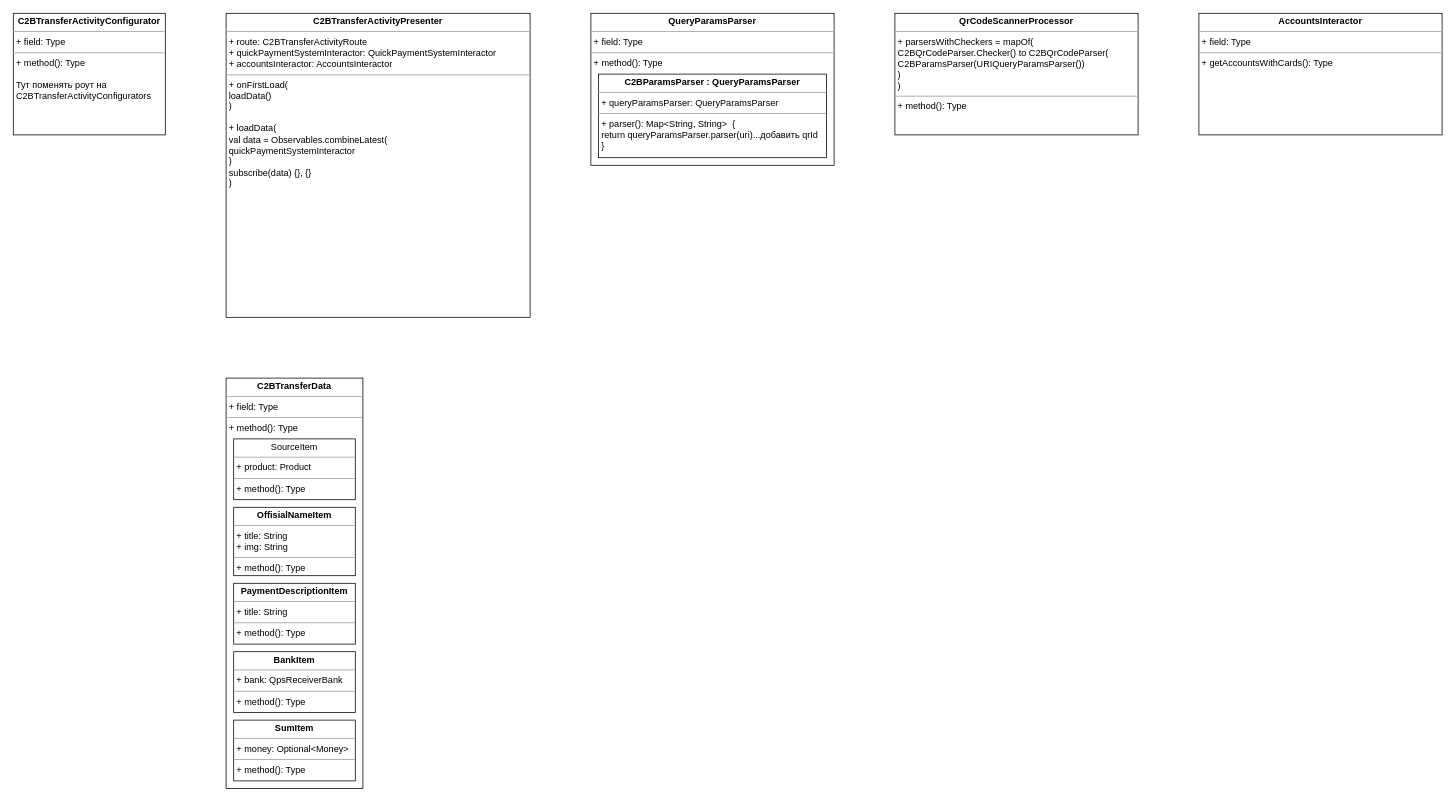
The draw.io diagram UNI-14927.drawio in ShiryaevNikolay/diagrams, before the edit. Source tidied: cells renumbered, new cells numbered last; positions are measured from the earlier drawing's top-left corner, leaving out a move shared by most shapes. Both pictures are drawn from the tidied source at 76%, with x=0, y=0 at pixel (13, 13).
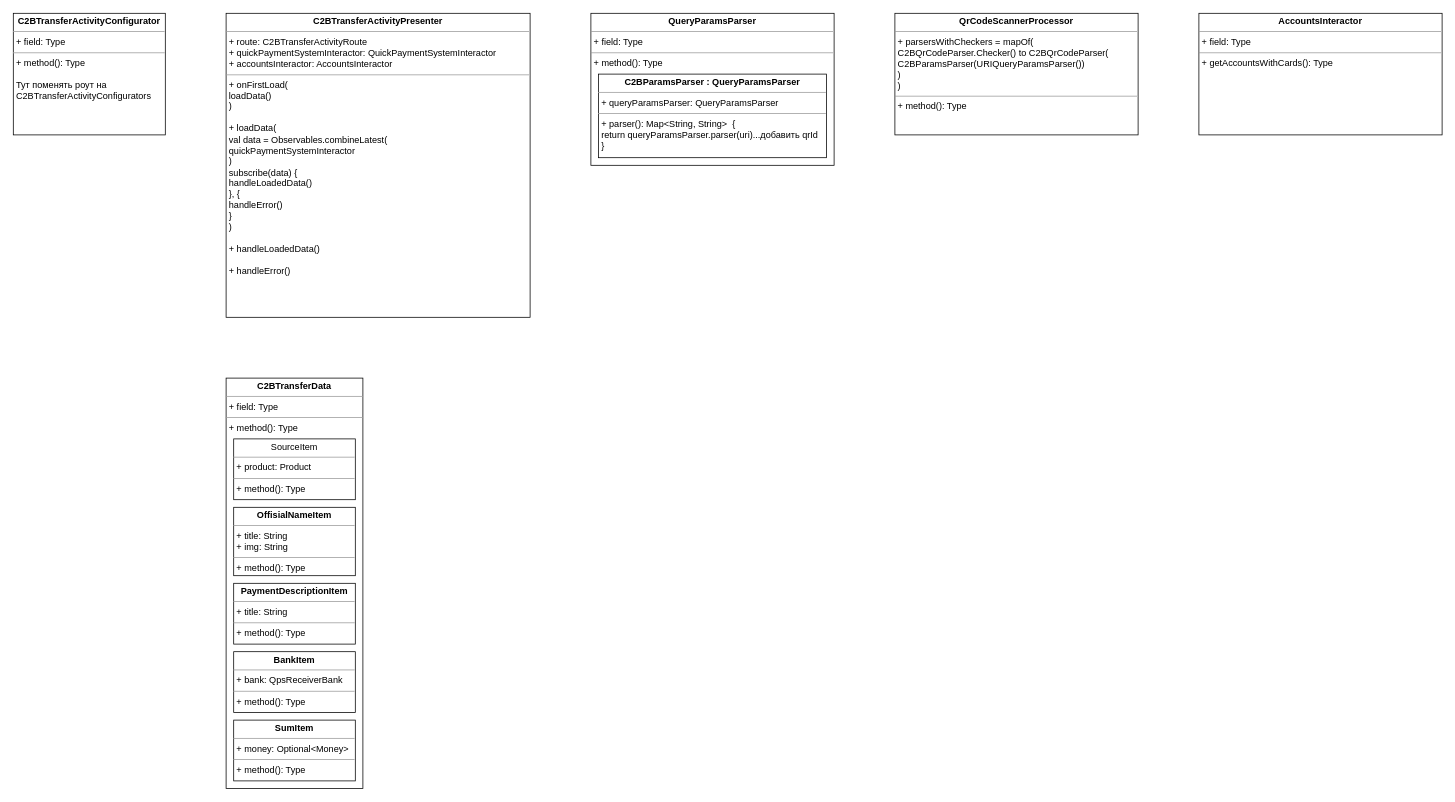
The same diagram, later.

What changed in the source:
```diff
@@
 <mxGraphModel>
   <root>
     <mxCell id="0" />
     <mxCell id="1" parent="0" />
-    <mxCell id="2" value="&lt;p style=&quot;margin: 0px ; margin-top: 4px ; text-align: center&quot;&gt;&lt;b&gt;C2BTransferActivityPresenter&lt;/b&gt;&lt;/p&gt;&lt;hr size=&quot;1&quot;&gt;&lt;p style=&quot;margin: 0px ; margin-left: 4px&quot;&gt;+ route: C2BTransferActivityRoute&lt;/p&gt;&lt;p style=&quot;margin: 0px ; margin-left: 4px&quot;&gt;+ quickPaymentSystemInteractor: QuickPaymentSystemInteractor&lt;/p&gt;&lt;p style=&quot;margin: 0px ; margin-left: 4px&quot;&gt;+ accountsInteractor: AccountsInteractor&lt;br&gt;&lt;/p&gt;&lt;hr size=&quot;1&quot;&gt;&lt;p style=&quot;margin: 0px ; margin-left: 4px&quot;&gt;+ onFirstLoad(&lt;/p&gt;&lt;p style=&quot;margin: 0px ; margin-left: 4px&quot;&gt;loadData()&lt;br&gt;&lt;/p&gt;&lt;p style=&quot;margin: 0px ; margin-left: 4px&quot;&gt;)&lt;/p&gt;&lt;p style=&quot;margin: 0px ; margin-left: 4px&quot;&gt;&lt;br&gt;&lt;/p&gt;&lt;p style=&quot;margin: 0px ; margin-left: 4px&quot;&gt;+ loadData(&lt;/p&gt;&lt;p style=&quot;margin: 0px ; margin-left: 4px&quot;&gt;val data = Observables.combineLatest(&lt;/p&gt;&lt;p style=&quot;margin: 0px ; margin-left: 4px&quot;&gt;quickPaymentSystemInteractor&lt;br&gt;&lt;/p&gt;&lt;p style=&quot;margin: 0px ; margin-left: 4px&quot;&gt;)&lt;br&gt;&lt;/p&gt;&lt;p style=&quot;margin: 0px ; margin-left: 4px&quot;&gt;subscribe(data) {}, {}&lt;br&gt;&lt;/p&gt;&lt;p style=&quot;margin: 0px ; margin-left: 4px&quot;&gt;)&lt;br&gt;&lt;/p&gt;" style="verticalAlign=top;align=left;overflow=fill;fontSize=12;fontFamily=Helvetica;html=1;" parent="1" vertex="1">
+    <mxCell id="2" value="&lt;p style=&quot;margin: 0px ; margin-top: 4px ; text-align: center&quot;&gt;&lt;b&gt;C2BTransferActivityPresenter&lt;/b&gt;&lt;/p&gt;&lt;hr size=&quot;1&quot;&gt;&lt;p style=&quot;margin: 0px ; margin-left: 4px&quot;&gt;+ route: C2BTransferActivityRoute&lt;/p&gt;&lt;p style=&quot;margin: 0px ; margin-left: 4px&quot;&gt;+ quickPaymentSystemInteractor: QuickPaymentSystemInteractor&lt;/p&gt;&lt;p style=&quot;margin: 0px ; margin-left: 4px&quot;&gt;+ accountsInteractor: AccountsInteractor&lt;br&gt;&lt;/p&gt;&lt;hr size=&quot;1&quot;&gt;&lt;p style=&quot;margin: 0px ; margin-left: 4px&quot;&gt;+ onFirstLoad(&lt;/p&gt;&lt;p style=&quot;margin: 0px ; margin-left: 4px&quot;&gt;loadData()&lt;br&gt;&lt;/p&gt;&lt;p style=&quot;margin: 0px ; margin-left: 4px&quot;&gt;)&lt;/p&gt;&lt;p style=&quot;margin: 0px ; margin-left: 4px&quot;&gt;&lt;br&gt;&lt;/p&gt;&lt;p style=&quot;margin: 0px ; margin-left: 4px&quot;&gt;+ loadData(&lt;/p&gt;&lt;p style=&quot;margin: 0px ; margin-left: 4px&quot;&gt;val data = Observables.combineLatest(&lt;/p&gt;&lt;p style=&quot;margin: 0px ; margin-left: 4px&quot;&gt;quickPaymentSystemInteractor&lt;br&gt;&lt;/p&gt;&lt;p style=&quot;margin: 0px ; margin-left: 4px&quot;&gt;)&lt;br&gt;&lt;/p&gt;&lt;p style=&quot;margin: 0px ; margin-left: 4px&quot;&gt;subscribe(data) {&lt;/p&gt;&lt;p style=&quot;margin: 0px ; margin-left: 4px&quot;&gt;&lt;span&gt; &lt;/span&gt;handleLoadedData()&lt;br&gt;&lt;/p&gt;&lt;p style=&quot;margin: 0px ; margin-left: 4px&quot;&gt;}, {&lt;/p&gt;&lt;p style=&quot;margin: 0px ; margin-left: 4px&quot;&gt;handleError()&lt;br&gt;&lt;/p&gt;&lt;p style=&quot;margin: 0px ; margin-left: 4px&quot;&gt;}&lt;br&gt;&lt;/p&gt;&lt;p style=&quot;margin: 0px ; margin-left: 4px&quot;&gt;)&lt;/p&gt;&lt;p style=&quot;margin: 0px ; margin-left: 4px&quot;&gt;&lt;br&gt;&lt;/p&gt;&lt;p style=&quot;margin: 0px ; margin-left: 4px&quot;&gt;+ handleLoadedData()&lt;/p&gt;&lt;p style=&quot;margin: 0px ; margin-left: 4px&quot;&gt;&lt;br&gt;&lt;/p&gt;&lt;p style=&quot;margin: 0px ; margin-left: 4px&quot;&gt;+ handleError()&lt;br&gt;&lt;/p&gt;" style="verticalAlign=top;align=left;overflow=fill;fontSize=12;fontFamily=Helvetica;html=1;" parent="1" vertex="1">
       <mxGeometry x="280" width="400" height="400" as="geometry" />
     </mxCell>
     <mxCell id="3" value="&lt;p style=&quot;margin: 0px ; margin-top: 4px ; text-align: center&quot;&gt;&lt;b&gt;QueryParamsParser&lt;/b&gt;&lt;/p&gt;&lt;hr size=&quot;1&quot;&gt;&lt;p style=&quot;margin: 0px ; margin-left: 4px&quot;&gt;+ field: Type&lt;/p&gt;&lt;hr size=&quot;1&quot;&gt;&lt;p style=&quot;margin: 0px ; margin-left: 4px&quot;&gt;+ method(): Type&lt;/p&gt;" style="verticalAlign=top;align=left;overflow=fill;fontSize=12;fontFamily=Helvetica;html=1;" parent="1" vertex="1">
       <mxGeometry x="760" width="320" height="200" as="geometry" />
     </mxCell>
     <mxCell id="4" value="&lt;p style=&quot;margin: 0px ; margin-top: 4px ; text-align: center&quot;&gt;&lt;b&gt;C2BParamsParser : QueryParamsParser&lt;br&gt;&lt;/b&gt;&lt;/p&gt;&lt;hr size=&quot;1&quot;&gt;&lt;p style=&quot;margin: 0px ; margin-left: 4px&quot;&gt;+ queryParamsParser: QueryParamsParser&lt;/p&gt;&lt;hr size=&quot;1&quot;&gt;&lt;p style=&quot;margin: 0px ; margin-left: 4px&quot;&gt;+ parser(): Map&amp;lt;String, String&amp;gt;&amp;nbsp; {&lt;/p&gt;&lt;p style=&quot;margin: 0px ; margin-left: 4px&quot;&gt;&lt;span&gt; &lt;/span&gt;return queryParamsParser.parser(uri)...добавить qrId&lt;br&gt;&lt;/p&gt;&lt;p style=&quot;margin: 0px ; margin-left: 4px&quot;&gt;}&lt;br&gt;&lt;/p&gt;" style="verticalAlign=top;align=left;overflow=fill;fontSize=12;fontFamily=Helvetica;html=1;" parent="1" vertex="1">
       <mxGeometry x="770" y="80" width="300" height="110" as="geometry" />
     </mxCell>
     <mxCell id="5" value="&lt;p style=&quot;margin: 0px ; margin-top: 4px ; text-align: center&quot;&gt;&lt;b&gt;QrCodeScannerProcessor&lt;/b&gt;&lt;/p&gt;&lt;hr size=&quot;1&quot;&gt;&lt;p style=&quot;margin: 0px ; margin-left: 4px&quot;&gt;+ parsersWithCheckers = mapOf(&lt;/p&gt;&lt;p style=&quot;margin: 0px ; margin-left: 4px&quot;&gt;C2BQrCodeParser.Checker() to C2BQrCodeParser(&lt;/p&gt;&lt;p style=&quot;margin: 0px ; margin-left: 4px&quot;&gt;C2BParamsParser(URIQueryParamsParser())&lt;br&gt;&lt;/p&gt;&lt;p style=&quot;margin: 0px ; margin-left: 4px&quot;&gt;)&lt;br&gt;&lt;/p&gt;&lt;p style=&quot;margin: 0px ; margin-left: 4px&quot;&gt;)&lt;br&gt;&lt;/p&gt;&lt;hr size=&quot;1&quot;&gt;&lt;p style=&quot;margin: 0px ; margin-left: 4px&quot;&gt;+ method(): Type&lt;/p&gt;" style="verticalAlign=top;align=left;overflow=fill;fontSize=12;fontFamily=Helvetica;html=1;" parent="1" vertex="1">
       <mxGeometry x="1160" width="320" height="160" as="geometry" />
     </mxCell>
     <mxCell id="6" value="&lt;p style=&quot;margin: 0px ; margin-top: 4px ; text-align: center&quot;&gt;&lt;b&gt;C2BTransferActivityConfigurator&lt;/b&gt;&lt;/p&gt;&lt;hr size=&quot;1&quot;&gt;&lt;p style=&quot;margin: 0px ; margin-left: 4px&quot;&gt;+ field: Type&lt;/p&gt;&lt;hr size=&quot;1&quot;&gt;&lt;p style=&quot;margin: 0px ; margin-left: 4px&quot;&gt;+ method(): Type&lt;/p&gt;&lt;p style=&quot;margin: 0px ; margin-left: 4px&quot;&gt;&lt;br&gt;&lt;/p&gt;&lt;p style=&quot;margin: 0px ; margin-left: 4px&quot;&gt;Тут поменять роут на &lt;br&gt;&lt;/p&gt;&lt;p style=&quot;margin: 0px ; margin-left: 4px&quot;&gt;C2BTransferActivityConfigurators&lt;br&gt;&lt;/p&gt;" style="verticalAlign=top;align=left;overflow=fill;fontSize=12;fontFamily=Helvetica;html=1;" parent="1" vertex="1">
       <mxGeometry width="200" height="160" as="geometry" />
     </mxCell>
     <mxCell id="7" value="&lt;p style=&quot;margin: 0px ; margin-top: 4px ; text-align: center&quot;&gt;&lt;b&gt;AccountsInteractor&lt;/b&gt;&lt;/p&gt;&lt;hr size=&quot;1&quot;&gt;&lt;p style=&quot;margin: 0px ; margin-left: 4px&quot;&gt;+ field: Type&lt;/p&gt;&lt;hr size=&quot;1&quot;&gt;&lt;p style=&quot;margin: 0px ; margin-left: 4px&quot;&gt;+ getAccountsWithCards(): Type&lt;/p&gt;" style="verticalAlign=top;align=left;overflow=fill;fontSize=12;fontFamily=Helvetica;html=1;" parent="1" vertex="1">
       <mxGeometry x="1560" width="320" height="160" as="geometry" />
     </mxCell>
     <mxCell id="8" value="&lt;p style=&quot;margin: 0px ; margin-top: 4px ; text-align: center&quot;&gt;&lt;b&gt;C2BTransferData&lt;/b&gt;&lt;/p&gt;&lt;hr size=&quot;1&quot;&gt;&lt;p style=&quot;margin: 0px ; margin-left: 4px&quot;&gt;+ field: Type&lt;/p&gt;&lt;hr size=&quot;1&quot;&gt;&lt;p style=&quot;margin: 0px ; margin-left: 4px&quot;&gt;+ method(): Type&lt;/p&gt;" style="verticalAlign=top;align=left;overflow=fill;fontSize=12;fontFamily=Helvetica;html=1;" parent="1" vertex="1">
       <mxGeometry x="280" y="480" width="180" height="540" as="geometry" />
     </mxCell>
     <mxCell id="9" value="&lt;p style=&quot;margin: 0px ; margin-top: 4px ; text-align: center&quot;&gt;&lt;b&gt;BankItem&lt;/b&gt;&lt;/p&gt;&lt;hr size=&quot;1&quot;&gt;&lt;p style=&quot;margin: 0px ; margin-left: 4px&quot;&gt;+ bank: QpsReceiverBank&lt;/p&gt;&lt;hr size=&quot;1&quot;&gt;&lt;p style=&quot;margin: 0px ; margin-left: 4px&quot;&gt;+ method(): Type&lt;/p&gt;" style="verticalAlign=top;align=left;overflow=fill;fontSize=12;fontFamily=Helvetica;html=1;" parent="1" vertex="1">
       <mxGeometry x="290" y="840" width="160" height="80" as="geometry" />
     </mxCell>
     <mxCell id="10" value="&lt;p style=&quot;margin: 0px ; margin-top: 4px ; text-align: center&quot;&gt;&lt;b&gt;OffisialNameItem&lt;/b&gt;&lt;/p&gt;&lt;hr size=&quot;1&quot;&gt;&lt;p style=&quot;margin: 0px ; margin-left: 4px&quot;&gt;+ title: String&lt;/p&gt;&lt;p style=&quot;margin: 0px ; margin-left: 4px&quot;&gt;+ img: String&lt;br&gt;&lt;/p&gt;&lt;hr size=&quot;1&quot;&gt;&lt;p style=&quot;margin: 0px ; margin-left: 4px&quot;&gt;+ method(): Type&lt;/p&gt;" style="verticalAlign=top;align=left;overflow=fill;fontSize=12;fontFamily=Helvetica;html=1;" parent="1" vertex="1">
       <mxGeometry x="290" y="650" width="160" height="90" as="geometry" />
     </mxCell>
     <mxCell id="11" value="&lt;p style=&quot;margin: 0px ; margin-top: 4px ; text-align: center&quot;&gt;&lt;b&gt;PaymentDescriptionItem&lt;/b&gt;&lt;/p&gt;&lt;hr size=&quot;1&quot;&gt;&lt;p style=&quot;margin: 0px ; margin-left: 4px&quot;&gt;+ title: String&lt;/p&gt;&lt;hr size=&quot;1&quot;&gt;&lt;p style=&quot;margin: 0px ; margin-left: 4px&quot;&gt;+ method(): Type&lt;/p&gt;" style="verticalAlign=top;align=left;overflow=fill;fontSize=12;fontFamily=Helvetica;html=1;" parent="1" vertex="1">
       <mxGeometry x="290" y="750" width="160" height="80" as="geometry" />
     </mxCell>
     <mxCell id="12" value="&lt;p style=&quot;margin: 0px ; margin-top: 4px ; text-align: center&quot;&gt;SourceItem&lt;/p&gt;&lt;hr size=&quot;1&quot;&gt;&lt;p style=&quot;margin: 0px ; margin-left: 4px&quot;&gt;+ product: Product&lt;/p&gt;&lt;hr size=&quot;1&quot;&gt;&lt;p style=&quot;margin: 0px ; margin-left: 4px&quot;&gt;+ method(): Type&lt;/p&gt;" style="verticalAlign=top;align=left;overflow=fill;fontSize=12;fontFamily=Helvetica;html=1;" parent="1" vertex="1">
       <mxGeometry x="290" y="560" width="160" height="80" as="geometry" />
     </mxCell>
     <mxCell id="13" value="&lt;p style=&quot;margin: 0px ; margin-top: 4px ; text-align: center&quot;&gt;&lt;b&gt;SumItem&lt;/b&gt;&lt;/p&gt;&lt;hr size=&quot;1&quot;&gt;&lt;p style=&quot;margin: 0px ; margin-left: 4px&quot;&gt;+ money: Optional&amp;lt;Money&amp;gt;&lt;/p&gt;&lt;hr size=&quot;1&quot;&gt;&lt;p style=&quot;margin: 0px ; margin-left: 4px&quot;&gt;+ method(): Type&lt;/p&gt;" style="verticalAlign=top;align=left;overflow=fill;fontSize=12;fontFamily=Helvetica;html=1;" parent="1" vertex="1">
       <mxGeometry x="290" y="930" width="160" height="80" as="geometry" />
     </mxCell>
   </root>
 </mxGraphModel>
```
